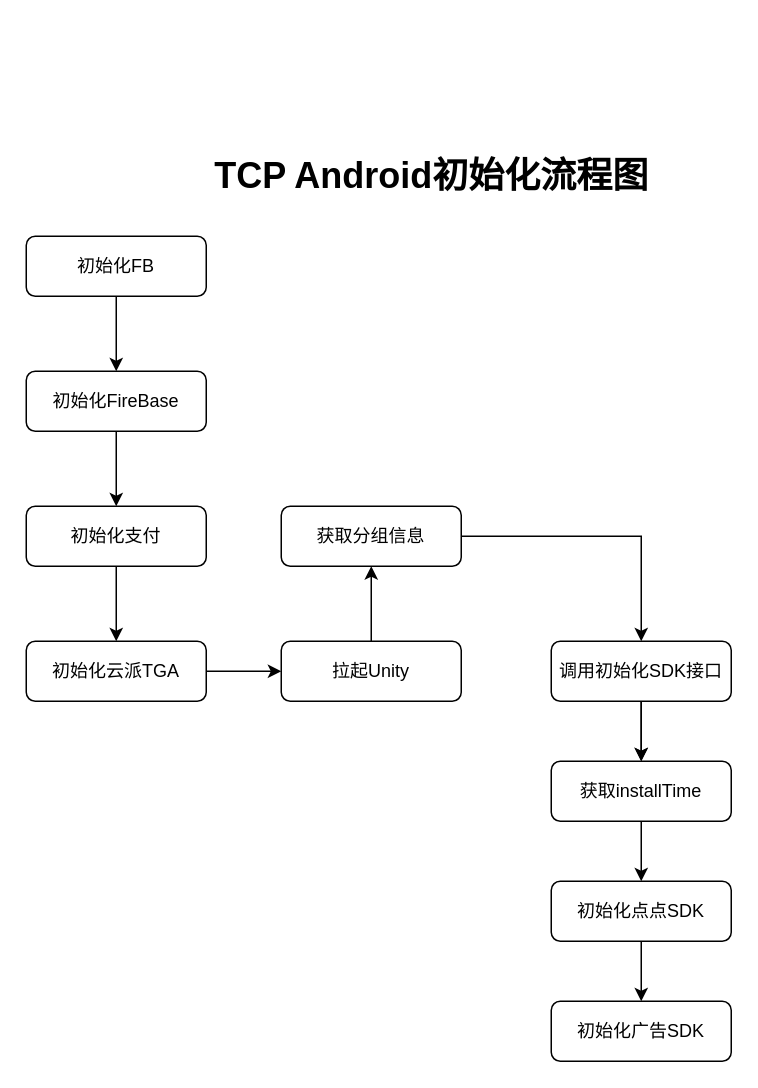
This is TCPLaunch.drawio from zhoushiyurop/work-dd, a draw.io file, before an edit. Source tidied: cells renumbered, new cells numbered last; positions are measured from the earlier drawing's top-left corner, leaving out a move shared by most shapes. Both pictures are drawn from the tidied source at 150%, with x=0, y=0 at pixel (26, 146).
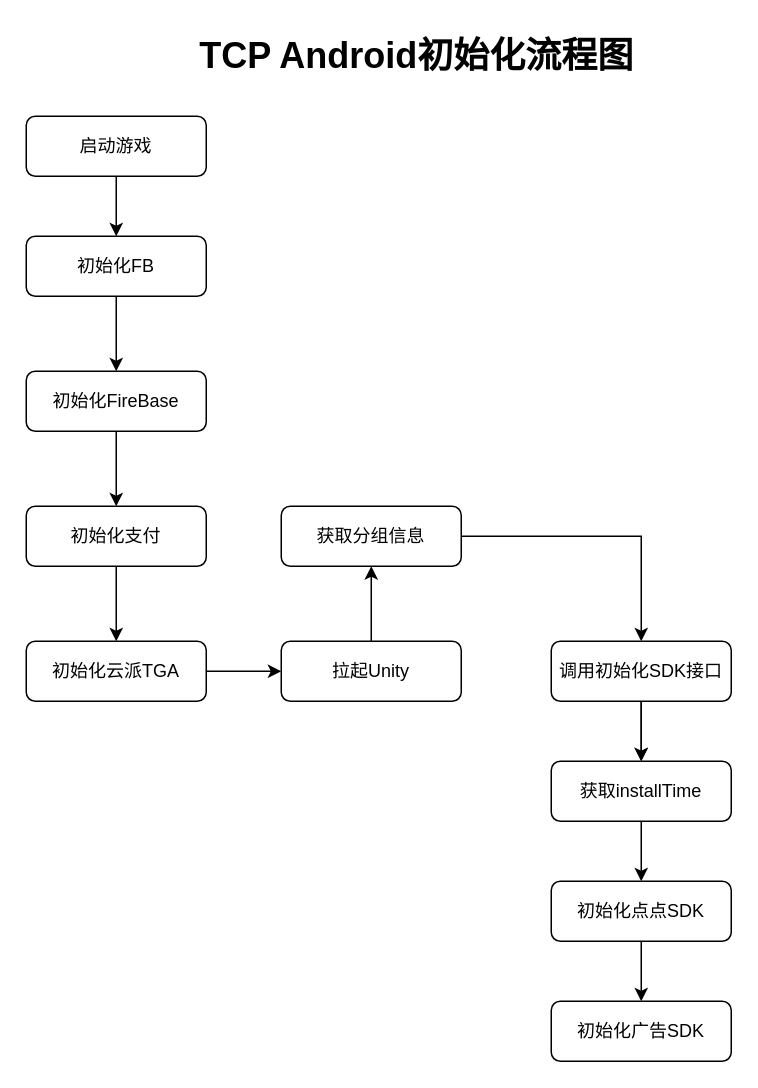
After the change.

Unchanged cells that the change refers to:
```xml
<mxCell id="3" value="初始化FB" style="rounded=1;whiteSpace=wrap;html=1;fontSize=12;glass=0;strokeWidth=1;shadow=0;" parent="1" vertex="1">
  <mxGeometry y="60" width="120" height="40" as="geometry" />
</mxCell>
```

The edit, as a diff of the source:
```diff
@@
     <mxCell id="6" value="TCP Android初始化流程图" style="text;strokeColor=none;fillColor=none;html=1;fontSize=24;fontStyle=1;verticalAlign=middle;align=center;" parent="1" vertex="1">
-      <mxGeometry x="220" width="100" height="40" as="geometry" />
+      <mxGeometry x="210" y="-80" width="100" height="40" as="geometry" />
     </mxCell>
@@
+    <mxCell id="23" style="edgeStyle=orthogonalEdgeStyle;rounded=0;jettySize=auto;html=1;entryX=0.5;entryY=0;entryDx=0;entryDy=0;" parent="1" edge="1" source="24" target="3">
+      <mxGeometry relative="1" as="geometry" />
+    </mxCell>
+    <mxCell id="24" value="启动游戏" style="rounded=1;whiteSpace=wrap;html=1;fontSize=12;glass=0;strokeWidth=1;shadow=0;" parent="1" vertex="1">
+      <mxGeometry y="-20" width="120" height="40" as="geometry" />
+    </mxCell>
```
